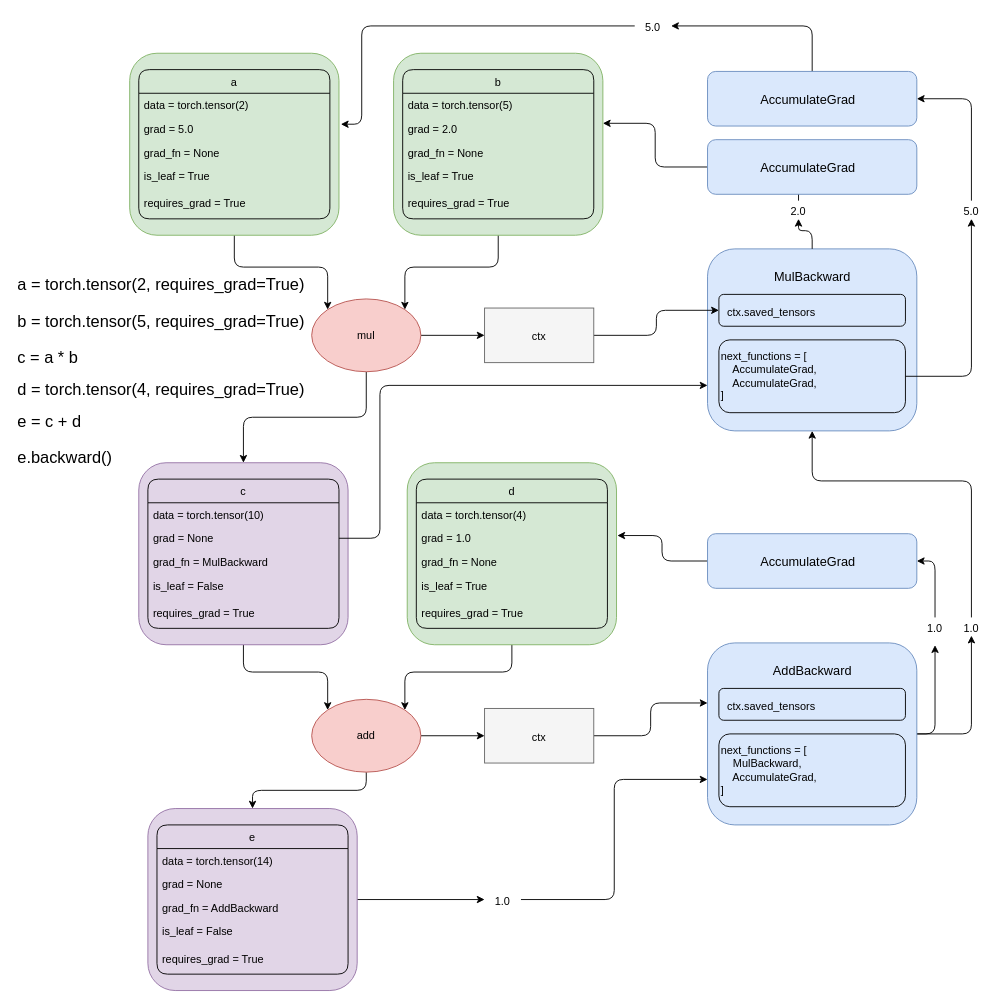
yngtodd/eleven keeps this draw.io diagram as examples/diagrams/draw_mul.drawio. Above is the earlier version. Source tidied: cells renumbered, new cells numbered last; positions are measured from the earlier drawing's top-left corner, leaving out a move shared by most shapes. Both pictures are drawn from the tidied source at 91%, with x=0, y=0 at pixel (15, 16).
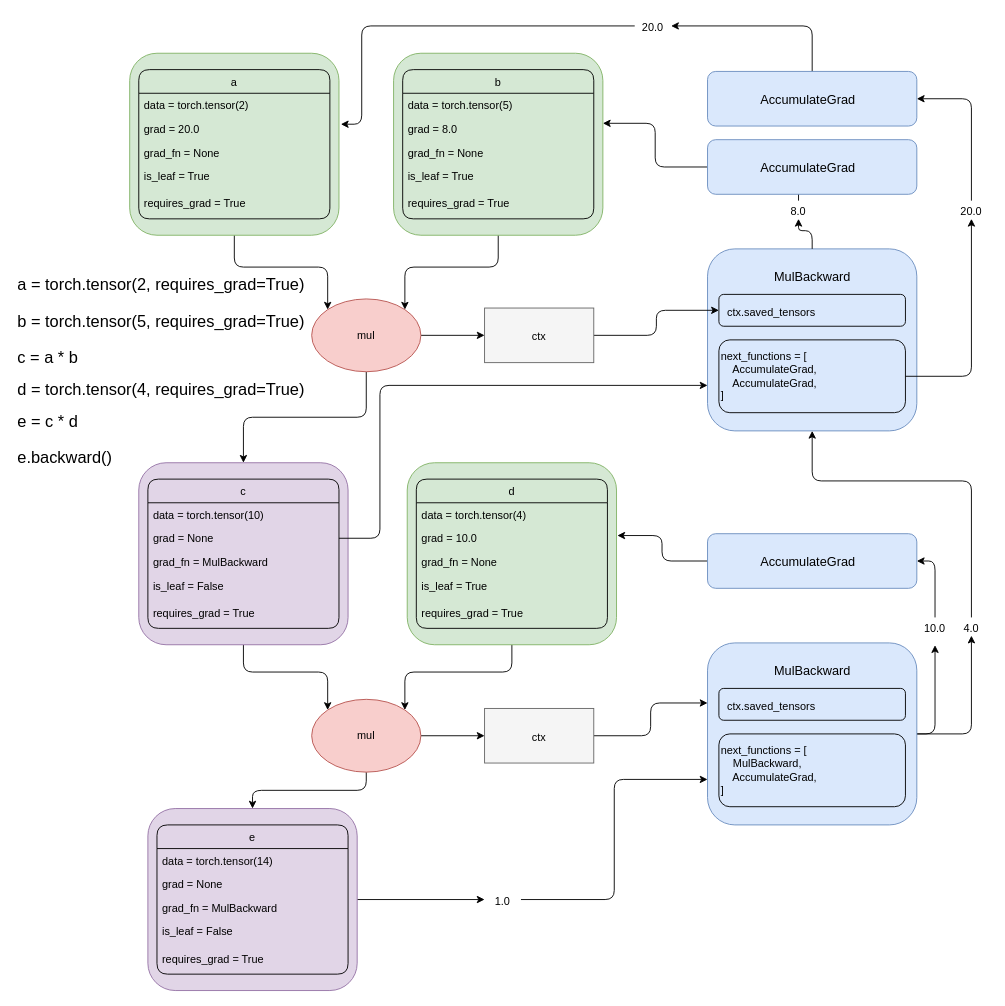
After the change.

The change refers to these unchanged cells:
```xml
<mxCell id="4" value="a" style="swimlane;fontStyle=0;horizontal=1;startSize=26;fillColor=none;rounded=1;swimlaneLine=1;glass=0;sketch=0;shadow=0;" parent="1" vertex="1">
  <mxGeometry x="135" y="58" width="210" height="164" as="geometry" />
</mxCell>
<mxCell id="12" value="b" style="swimlane;fontStyle=0;horizontal=1;startSize=26;fillColor=none;rounded=1;swimlaneLine=1;glass=0;sketch=0;shadow=0;" parent="1" vertex="1">
  <mxGeometry x="425" y="58" width="210" height="164" as="geometry" />
</mxCell>
<mxCell id="51" value="d" style="swimlane;fontStyle=0;horizontal=1;startSize=26;fillColor=none;rounded=1;swimlaneLine=1;glass=0;sketch=0;shadow=0;" parent="1" vertex="1">
  <mxGeometry x="440" y="508" width="210" height="164" as="geometry" />
</mxCell>
<mxCell id="65" value="e" style="swimlane;fontStyle=0;horizontal=1;startSize=26;fillColor=none;rounded=1;swimlaneLine=1;glass=0;sketch=0;shadow=0;" parent="1" vertex="1">
  <mxGeometry x="155" y="888" width="210" height="164" as="geometry" />
</mxCell>
```

What changed in the source:
```diff
@@
-    <mxCell id="6" value="grad = 5.0" style="text;strokeColor=none;fillColor=none;align=left;verticalAlign=top;spacingLeft=4;spacingRight=4;overflow=hidden;" parent="4" vertex="1">
+    <mxCell id="6" value="grad = 20.0" style="text;strokeColor=none;fillColor=none;align=left;verticalAlign=top;spacingLeft=4;spacingRight=4;overflow=hidden;" parent="4" vertex="1">
       <mxGeometry y="52" width="210" height="26" as="geometry" />
     </mxCell>
@@
-    <mxCell id="14" value="grad = 2.0" style="text;strokeColor=none;fillColor=none;align=left;verticalAlign=top;spacingLeft=4;spacingRight=4;overflow=hidden;" parent="12" vertex="1">
+    <mxCell id="14" value="grad = 8.0" style="text;strokeColor=none;fillColor=none;align=left;verticalAlign=top;spacingLeft=4;spacingRight=4;overflow=hidden;" parent="12" vertex="1">
       <mxGeometry y="52" width="210" height="26" as="geometry" />
     </mxCell>
@@
-    <mxCell id="48" value="&lt;div align=&quot;left&quot;&gt;&lt;font style=&quot;font-size: 18px&quot;&gt;e = c + d&lt;/font&gt;&lt;br&gt;&lt;/div&gt;" style="text;html=1;align=left;verticalAlign=middle;whiteSpace=wrap;rounded=0;shadow=0;glass=0;sketch=0;startSize=26;fontSize=18;fontStyle=0;labelPosition=center;verticalLabelPosition=middle;" parent="1" vertex="1">
+    <mxCell id="48" value="&lt;div align=&quot;left&quot;&gt;&lt;font style=&quot;font-size: 18px&quot;&gt;e = c * d&lt;/font&gt;&lt;br&gt;&lt;/div&gt;" style="text;html=1;align=left;verticalAlign=middle;whiteSpace=wrap;rounded=0;shadow=0;glass=0;sketch=0;startSize=26;fontSize=18;fontStyle=0;labelPosition=center;verticalLabelPosition=middle;" parent="1" vertex="1">
       <mxGeometry y="430" width="80" height="30" as="geometry" />
     </mxCell>
@@
-    <mxCell id="53" value="grad = 1.0" style="text;strokeColor=none;fillColor=none;align=left;verticalAlign=top;spacingLeft=4;spacingRight=4;overflow=hidden;" parent="51" vertex="1">
+    <mxCell id="53" value="grad = 10.0" style="text;strokeColor=none;fillColor=none;align=left;verticalAlign=top;spacingLeft=4;spacingRight=4;overflow=hidden;" parent="51" vertex="1">
       <mxGeometry y="52" width="210" height="26" as="geometry" />
     </mxCell>
@@
-    <mxCell id="61" value="add" style="text;html=1;strokeColor=none;fillColor=none;align=center;verticalAlign=middle;whiteSpace=wrap;rounded=0;shadow=0;glass=0;sketch=0;startSize=26;" parent="1" vertex="1">
+    <mxCell id="61" value="mul" style="text;html=1;strokeColor=none;fillColor=none;align=center;verticalAlign=middle;whiteSpace=wrap;rounded=0;shadow=0;glass=0;sketch=0;startSize=26;" parent="1" vertex="1">
       <mxGeometry x="365" y="780" width="40" height="20" as="geometry" />
     </mxCell>
@@
-    <mxCell id="68" value="grad_fn = AddBackward" style="text;strokeColor=none;fillColor=none;align=left;verticalAlign=top;spacingLeft=4;spacingRight=4;overflow=hidden;" parent="65" vertex="1">
+    <mxCell id="68" value="grad_fn = MulBackward" style="text;strokeColor=none;fillColor=none;align=left;verticalAlign=top;spacingLeft=4;spacingRight=4;overflow=hidden;" parent="65" vertex="1">
       <mxGeometry y="78" width="210" height="26" as="geometry" />
     </mxCell>
@@
-    <mxCell id="74" value="&lt;font style=&quot;font-size: 14px&quot;&gt;AddBackward&lt;/font&gt;" style="text;html=1;strokeColor=none;fillColor=none;align=center;verticalAlign=middle;whiteSpace=wrap;rounded=0;shadow=0;glass=0;sketch=0;startSize=26;fontSize=18;" parent="1" vertex="1">
+    <mxCell id="74" value="&lt;font style=&quot;font-size: 14px&quot;&gt;MulBackward&lt;/font&gt;" style="text;html=1;strokeColor=none;fillColor=none;align=center;verticalAlign=middle;whiteSpace=wrap;rounded=0;shadow=0;glass=0;sketch=0;startSize=26;fontSize=18;" parent="1" vertex="1">
       <mxGeometry x="822.5" y="708" width="105" height="20" as="geometry" />
     </mxCell>
@@
-    <mxCell id="90" value="&lt;font style=&quot;font-size: 12px&quot;&gt;1.0&lt;/font&gt;" style="text;html=1;strokeColor=none;fillColor=none;align=center;verticalAlign=middle;whiteSpace=wrap;rounded=0;shadow=0;glass=0;sketch=0;startSize=26;fontSize=18;" parent="1" vertex="1">
+    <mxCell id="90" value="&lt;font style=&quot;font-size: 12px&quot;&gt;10.0&lt;/font&gt;" style="text;html=1;strokeColor=none;fillColor=none;align=center;verticalAlign=middle;whiteSpace=wrap;rounded=0;shadow=0;glass=0;sketch=0;startSize=26;fontSize=18;" parent="1" vertex="1">
       <mxGeometry x="990" y="660" width="40" height="20" as="geometry" />
     </mxCell>
@@
-    <mxCell id="92" value="&lt;font style=&quot;font-size: 12px&quot;&gt;1.0&lt;/font&gt;" style="text;html=1;strokeColor=none;fillColor=none;align=center;verticalAlign=middle;whiteSpace=wrap;rounded=0;shadow=0;glass=0;sketch=0;startSize=26;fontSize=18;" parent="1" vertex="1">
+    <mxCell id="92" value="&lt;font style=&quot;font-size: 12px&quot;&gt;4.0&lt;/font&gt;" style="text;html=1;strokeColor=none;fillColor=none;align=center;verticalAlign=middle;whiteSpace=wrap;rounded=0;shadow=0;glass=0;sketch=0;startSize=26;fontSize=18;" parent="1" vertex="1">
       <mxGeometry x="1030" y="660" width="40" height="20" as="geometry" />
     </mxCell>
-    <mxCell id="93" value="&lt;font style=&quot;font-size: 12px&quot;&gt;2.0&lt;/font&gt;" style="text;html=1;strokeColor=none;fillColor=none;align=center;verticalAlign=middle;whiteSpace=wrap;rounded=0;shadow=0;glass=0;sketch=0;startSize=26;fontSize=18;" parent="1" vertex="1">
+    <mxCell id="93" value="&lt;font style=&quot;font-size: 12px&quot;&gt;8.0&lt;/font&gt;" style="text;html=1;strokeColor=none;fillColor=none;align=center;verticalAlign=middle;whiteSpace=wrap;rounded=0;shadow=0;glass=0;sketch=0;startSize=26;fontSize=18;" parent="1" vertex="1">
       <mxGeometry x="840" y="202" width="40" height="20" as="geometry" />
     </mxCell>
@@
-    <mxCell id="96" value="&lt;font style=&quot;font-size: 12px&quot;&gt;5.0&lt;/font&gt;" style="text;html=1;strokeColor=none;fillColor=none;align=center;verticalAlign=middle;whiteSpace=wrap;rounded=0;shadow=0;glass=0;sketch=0;startSize=26;fontSize=18;" parent="1" vertex="1">
+    <mxCell id="96" value="&lt;font style=&quot;font-size: 12px&quot;&gt;20.0&lt;/font&gt;" style="text;html=1;strokeColor=none;fillColor=none;align=center;verticalAlign=middle;whiteSpace=wrap;rounded=0;shadow=0;glass=0;sketch=0;startSize=26;fontSize=18;" parent="1" vertex="1">
       <mxGeometry x="1030" y="202" width="40" height="20" as="geometry" />
     </mxCell>
@@
-    <mxCell id="98" value="&lt;font style=&quot;font-size: 12px&quot;&gt;5.0&lt;/font&gt;" style="text;html=1;strokeColor=none;fillColor=none;align=center;verticalAlign=middle;whiteSpace=wrap;rounded=0;shadow=0;glass=0;sketch=0;startSize=26;fontSize=18;" parent="1" vertex="1">
+    <mxCell id="98" value="&lt;font style=&quot;font-size: 12px&quot;&gt;20.0&lt;/font&gt;" style="text;html=1;strokeColor=none;fillColor=none;align=center;verticalAlign=middle;whiteSpace=wrap;rounded=0;shadow=0;glass=0;sketch=0;startSize=26;fontSize=18;" parent="1" vertex="1">
       <mxGeometry x="680" width="40" height="20" as="geometry" />
     </mxCell>
```
